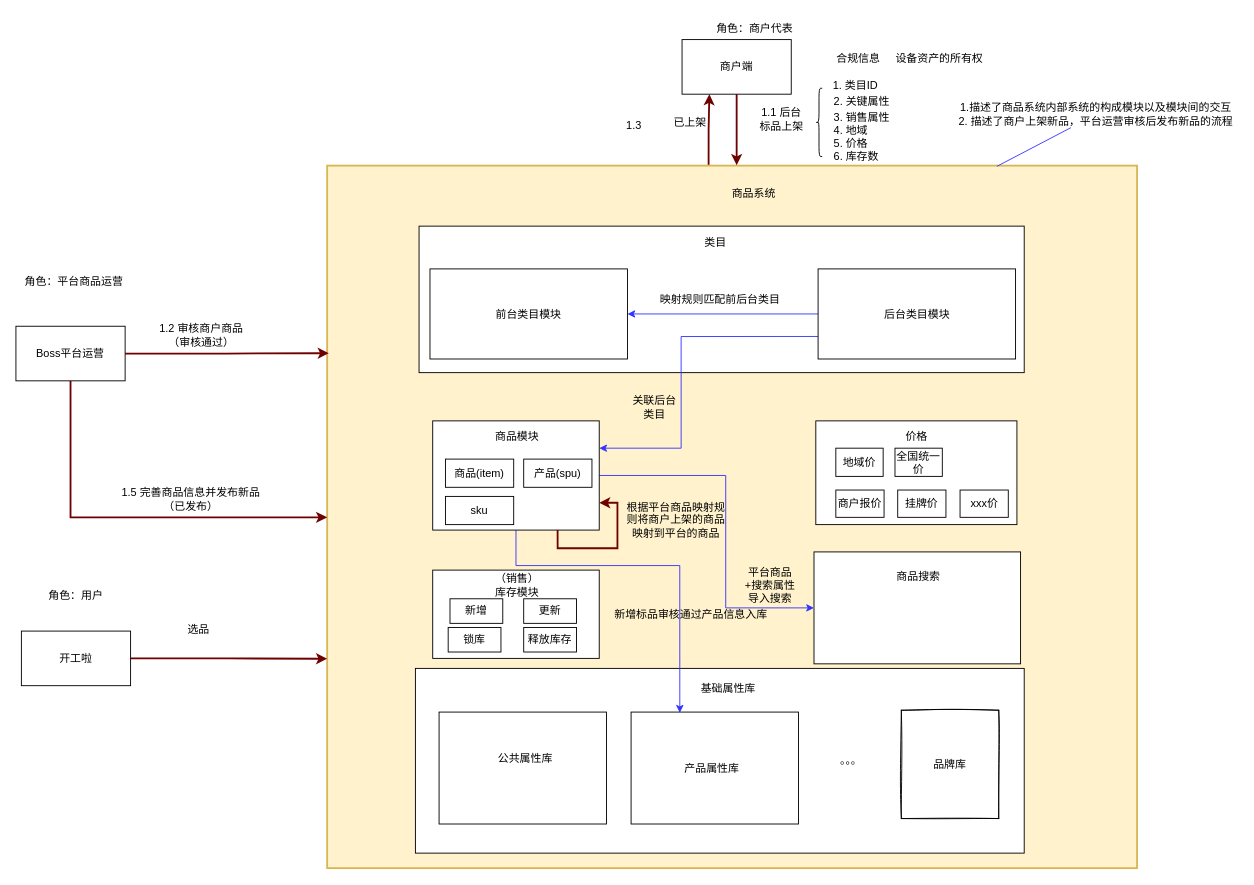
lokiworks/codebase keeps this draw.io diagram as page "商品系统2" (8 of 10) of docs/租赁平台.drawio. Above is the earlier version. Source tidied: cells renumbered, new cells numbered last; positions are measured from the earlier drawing's top-left corner, leaving out a move shared by most shapes. Both pictures are drawn from the tidied source at 91%, with x=0, y=0 at pixel (15, 15).
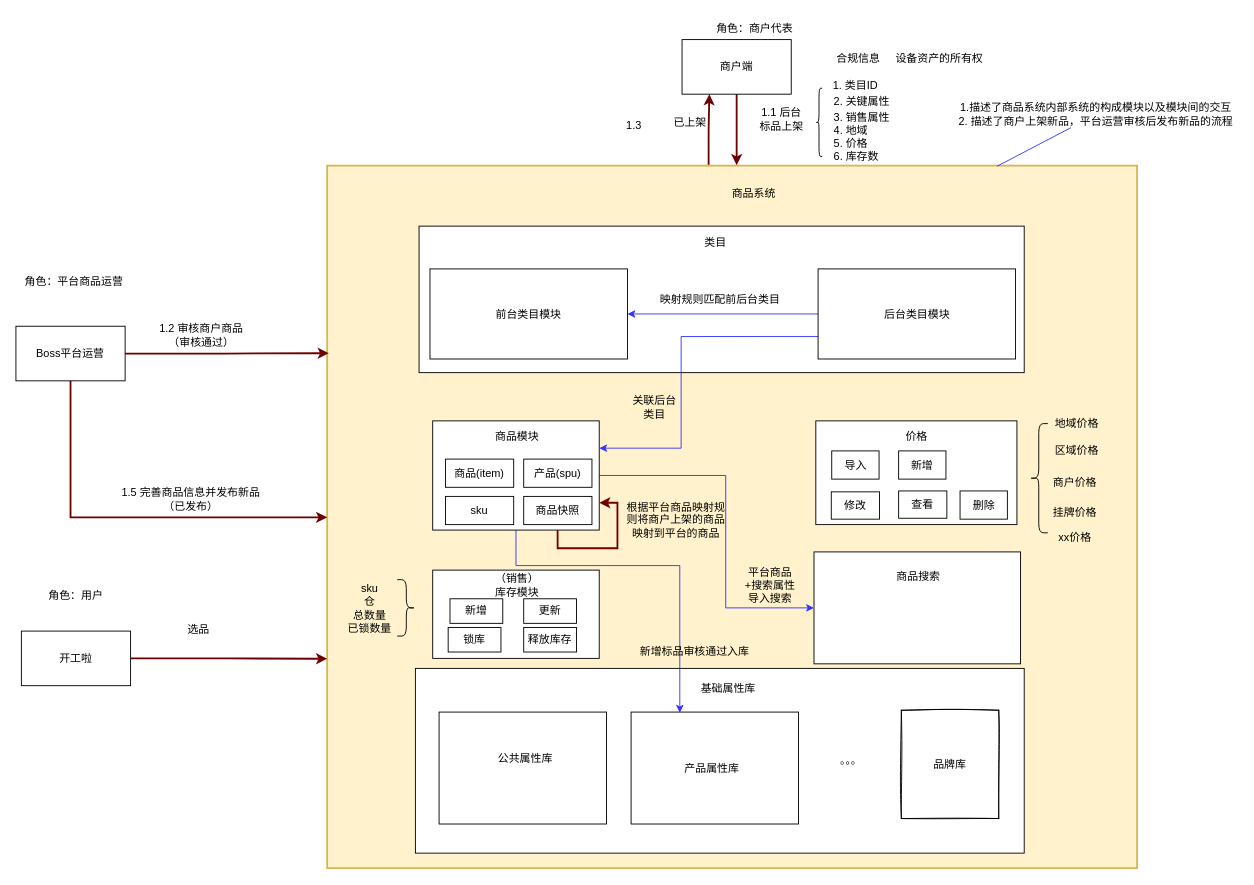
The same diagram, later.

The edit, as a diff of the source:
```diff
@@
-    <mxCell id="45" value="新增标品审核通过产品信息入库" style="text;html=1;strokeColor=none;fillColor=none;align=center;verticalAlign=middle;whiteSpace=wrap;rounded=0;sketch=0;fontColor=#000000;" parent="1" vertex="1">
-      <mxGeometry x="651" y="640" width="182" height="36" as="geometry" />
+    <mxCell id="45" value="新增标品审核通过入库" style="text;html=1;strokeColor=none;fillColor=none;align=center;verticalAlign=middle;whiteSpace=wrap;rounded=0;sketch=0;fontColor=#000000;" parent="1" vertex="1">
+      <mxGeometry x="655" y="681" width="182" height="36" as="geometry" />
     </mxCell>
@@
-    <mxCell id="60" value="商户报价" style="rounded=0;whiteSpace=wrap;html=1;" parent="1" vertex="1">
-      <mxGeometry x="901" y="521" width="53" height="30" as="geometry" />
+    <mxCell id="60" value="修改" style="rounded=0;whiteSpace=wrap;html=1;" parent="1" vertex="1">
+      <mxGeometry x="896" y="523" width="53" height="30" as="geometry" />
     </mxCell>
-    <mxCell id="61" value="挂牌价" style="rounded=0;whiteSpace=wrap;html=1;" parent="1" vertex="1">
-      <mxGeometry x="969" y="521" width="53" height="30" as="geometry" />
+    <mxCell id="61" value="查看" style="rounded=0;whiteSpace=wrap;html=1;" parent="1" vertex="1">
+      <mxGeometry x="970" y="522" width="53" height="30" as="geometry" />
     </mxCell>
-    <mxCell id="62" value="xxx价" style="rounded=0;whiteSpace=wrap;html=1;" parent="1" vertex="1">
-      <mxGeometry x="1037.5" y="521" width="53" height="30" as="geometry" />
-    </mxCell>
@@
-    <mxCell id="64" value="地域价" style="rounded=0;whiteSpace=wrap;html=1;" parent="1" vertex="1">
-      <mxGeometry x="901" y="475" width="52" height="31" as="geometry" />
+    <mxCell id="64" value="导入" style="rounded=0;whiteSpace=wrap;html=1;" parent="1" vertex="1">
+      <mxGeometry x="896.5" y="478" width="52" height="31" as="geometry" />
     </mxCell>
-    <mxCell id="65" value="全国统一价" style="rounded=0;whiteSpace=wrap;html=1;" parent="1" vertex="1">
-      <mxGeometry x="966" y="475" width="52" height="31" as="geometry" />
+    <mxCell id="65" value="新增" style="rounded=0;whiteSpace=wrap;html=1;" parent="1" vertex="1">
+      <mxGeometry x="970" y="478" width="52" height="31" as="geometry" />
     </mxCell>
@@
+    <mxCell id="74" value="sku&lt;br&gt;仓&lt;br&gt;总数量&lt;br&gt;已锁数量" style="text;html=1;strokeColor=none;fillColor=none;align=center;verticalAlign=middle;whiteSpace=wrap;rounded=0;" parent="1" vertex="1">
+      <mxGeometry x="359" y="635.5" width="60" height="30" as="geometry" />
+    </mxCell>
+    <mxCell id="75" style="shape=curlyBracket;whiteSpace=wrap;html=1;rounded=1;flipH=1;" parent="1" vertex="1">
+      <mxGeometry x="419" y="619.5" width="20" height="62" as="geometry" />
+    </mxCell>
+    <mxCell id="76" style="shape=curlyBracket;whiteSpace=wrap;html=1;rounded=1;" parent="1" vertex="1">
+      <mxGeometry x="1114" y="448" width="20" height="120" as="geometry" />
+    </mxCell>
+    <mxCell id="77" value="地域价格" style="text;html=1;strokeColor=none;fillColor=none;align=center;verticalAlign=middle;whiteSpace=wrap;rounded=0;" parent="1" vertex="1">
+      <mxGeometry x="1136" y="433" width="60" height="30" as="geometry" />
+    </mxCell>
+    <mxCell id="78" value="区域价格" style="text;html=1;strokeColor=none;fillColor=none;align=center;verticalAlign=middle;whiteSpace=wrap;rounded=0;" parent="1" vertex="1">
+      <mxGeometry x="1136" y="463" width="60" height="30" as="geometry" />
+    </mxCell>
+    <mxCell id="79" value="商户价格" style="text;html=1;strokeColor=none;fillColor=none;align=center;verticalAlign=middle;whiteSpace=wrap;rounded=0;" parent="1" vertex="1">
+      <mxGeometry x="1134" y="498" width="60" height="30" as="geometry" />
+    </mxCell>
+    <mxCell id="80" value="挂牌价格" style="text;html=1;strokeColor=none;fillColor=none;align=center;verticalAlign=middle;whiteSpace=wrap;rounded=0;" parent="1" vertex="1">
+      <mxGeometry x="1134" y="531" width="60" height="30" as="geometry" />
+    </mxCell>
+    <mxCell id="81" value="xx价格" style="text;html=1;strokeColor=none;fillColor=none;align=center;verticalAlign=middle;whiteSpace=wrap;rounded=0;" parent="1" vertex="1">
+      <mxGeometry x="1134" y="559" width="60" height="30" as="geometry" />
+    </mxCell>
+    <mxCell id="82" value="商品快照" style="rounded=0;whiteSpace=wrap;html=1;" parent="1" vertex="1">
+      <mxGeometry x="558" y="528" width="75" height="31" as="geometry" />
+    </mxCell>
+    <mxCell id="83" value="删除" style="rounded=0;whiteSpace=wrap;html=1;" parent="1" vertex="1">
+      <mxGeometry x="1037.5" y="522" width="52" height="31" as="geometry" />
+    </mxCell>
```
